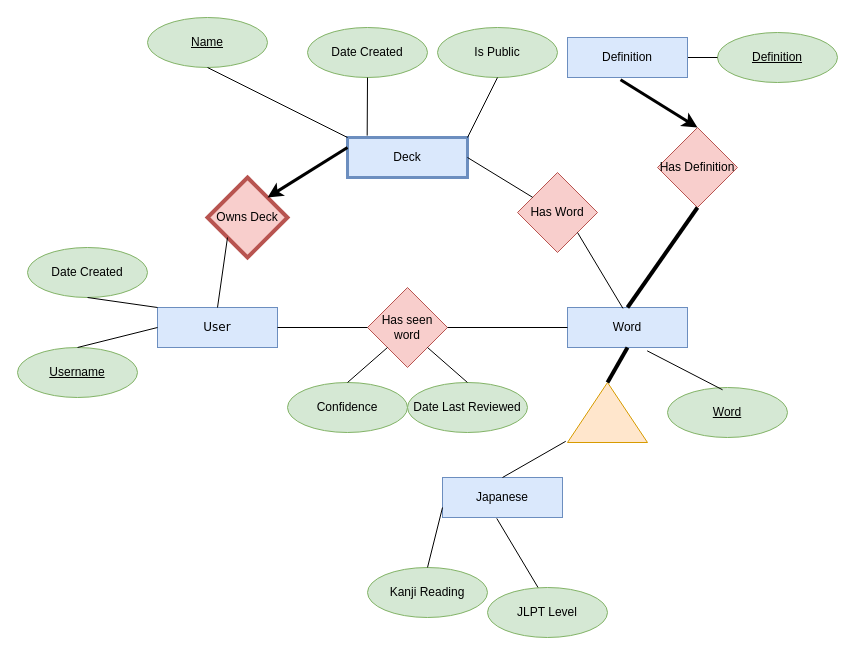
Above: FlashCardApplication.drawio in XavierGDelrosario/JapaneseStudyApplication (draw.io), before the change. Source tidied: cells renumbered, new cells numbered last; positions are measured from the earlier drawing's top-left corner, leaving out a move shared by most shapes. Both pictures are drawn from the tidied source at 100%, with x=0, y=0 at pixel (17, 17).
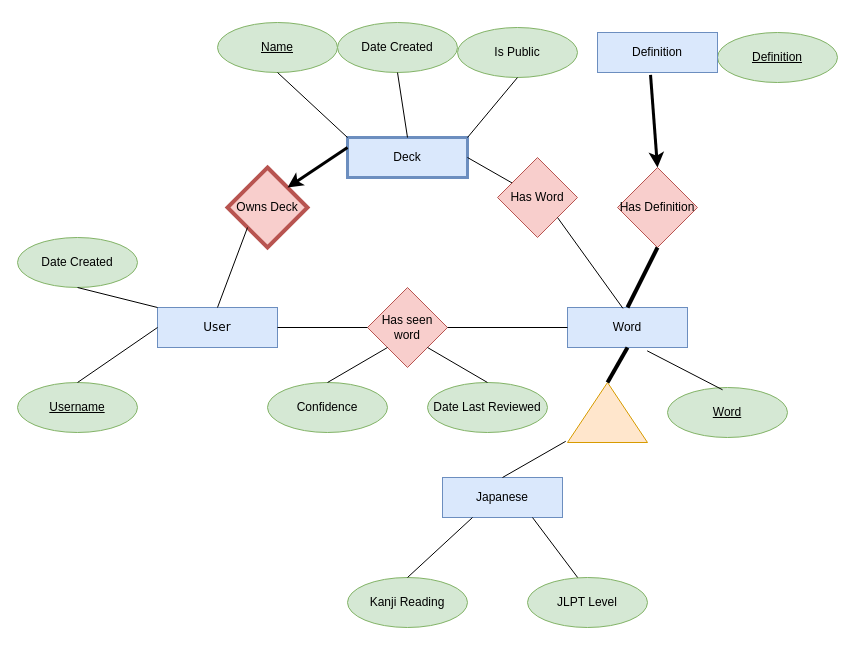
After the change.

Unchanged cells that the change refers to:
```xml
<mxCell id="4" value="Deck" style="rounded=0;whiteSpace=wrap;html=1;fillColor=#dae8fc;strokeColor=#6c8ebf;strokeWidth=3;" parent="1" vertex="1">
  <mxGeometry x="330" y="120" width="120" height="40" as="geometry" />
</mxCell>
<mxCell id="14" value="Japanese" style="rounded=0;whiteSpace=wrap;html=1;fillColor=#dae8fc;strokeColor=#6c8ebf;" parent="1" vertex="1">
  <mxGeometry x="425" y="460" width="120" height="40" as="geometry" />
</mxCell>
```

The edit, as a diff of the source:
```diff
@@
     <mxCell id="5" value="&lt;div&gt;Owns Deck&lt;/div&gt;" style="rhombus;whiteSpace=wrap;html=1;fillColor=#f8cecc;strokeColor=#b85450;strokeWidth=4;" parent="1" vertex="1">
-      <mxGeometry x="190" y="160" width="80" height="80" as="geometry" />
+      <mxGeometry x="210" y="150" width="80" height="80" as="geometry" />
     </mxCell>
     <mxCell id="6" value="Has Word" style="rhombus;whiteSpace=wrap;html=1;fillColor=#f8cecc;strokeColor=#b85450;" parent="1" vertex="1">
-      <mxGeometry x="500" y="155" width="80" height="80" as="geometry" />
+      <mxGeometry x="480" y="140" width="80" height="80" as="geometry" />
     </mxCell>
@@
     <mxCell id="10" value="&lt;div&gt;&lt;u&gt;Username&lt;/u&gt;&lt;/div&gt;" style="ellipse;whiteSpace=wrap;html=1;fillColor=#d5e8d4;strokeColor=#82b366;" parent="1" vertex="1">
-      <mxGeometry y="330" width="120" height="50" as="geometry" />
+      <mxGeometry y="365" width="120" height="50" as="geometry" />
     </mxCell>
@@
     <mxCell id="19" value="&lt;u&gt;Name&lt;/u&gt;" style="ellipse;whiteSpace=wrap;html=1;fillColor=#d5e8d4;strokeColor=#82b366;" parent="1" vertex="1">
-      <mxGeometry x="130" width="120" height="50" as="geometry" />
+      <mxGeometry x="200" y="5" width="120" height="50" as="geometry" />
     </mxCell>
@@
     <mxCell id="21" value="&lt;div&gt;Date Created&lt;br&gt;&lt;/div&gt;" style="ellipse;whiteSpace=wrap;html=1;fillColor=#d5e8d4;strokeColor=#82b366;" parent="1" vertex="1">
-      <mxGeometry x="290" y="10" width="120" height="50" as="geometry" />
+      <mxGeometry x="320" y="5" width="120" height="50" as="geometry" />
     </mxCell>
-    <mxCell id="22" style="endArrow=none;html=1;rounded=0;exitX=0.164;exitY=-0.047;exitDx=0;exitDy=0;entryX=0.5;entryY=1;entryDx=0;entryDy=0;exitPerimeter=0;" parent="1" edge="1" source="4" target="21">
+    <mxCell id="22" style="endArrow=none;html=1;rounded=0;exitX=0.5;exitY=0;exitDx=0;exitDy=0;entryX=0.5;entryY=1;entryDx=0;entryDy=0;" parent="1" edge="1" source="4" target="21">
       <mxGeometry relative="1" as="geometry" />
     </mxCell>
     <mxCell id="23" value="Confidence" style="ellipse;whiteSpace=wrap;html=1;fillColor=#d5e8d4;strokeColor=#82b366;" parent="1" vertex="1">
-      <mxGeometry x="270" y="365" width="120" height="50" as="geometry" />
+      <mxGeometry x="250" y="365" width="120" height="50" as="geometry" />
     </mxCell>
@@
     <mxCell id="29" value="&lt;div&gt;Date Created&lt;br&gt;&lt;/div&gt;" style="ellipse;whiteSpace=wrap;html=1;fillColor=#d5e8d4;strokeColor=#82b366;" parent="1" vertex="1">
-      <mxGeometry x="10" y="230" width="120" height="50" as="geometry" />
+      <mxGeometry y="220" width="120" height="50" as="geometry" />
     </mxCell>
@@
     <mxCell id="31" value="Date Last Reviewed" style="ellipse;whiteSpace=wrap;html=1;fillColor=#d5e8d4;strokeColor=#82b366;" parent="1" vertex="1">
-      <mxGeometry x="390" y="365" width="120" height="50" as="geometry" />
+      <mxGeometry x="410" y="365" width="120" height="50" as="geometry" />
     </mxCell>
@@
     <mxCell id="33" value="Kanji Reading" style="ellipse;whiteSpace=wrap;html=1;fillColor=#d5e8d4;strokeColor=#82b366;" parent="1" vertex="1">
-      <mxGeometry x="350" y="550" width="120" height="50" as="geometry" />
+      <mxGeometry x="330" y="560" width="120" height="50" as="geometry" />
     </mxCell>
-    <mxCell id="34" style="endArrow=none;html=1;rounded=0;exitX=0;exitY=0.75;exitDx=0;exitDy=0;entryX=0.5;entryY=0;entryDx=0;entryDy=0;" parent="1" edge="1" source="14" target="33">
+    <mxCell id="34" style="endArrow=none;html=1;rounded=0;exitX=0.25;exitY=1;exitDx=0;exitDy=0;entryX=0.5;entryY=0;entryDx=0;entryDy=0;" parent="1" edge="1" source="14" target="33">
       <mxGeometry relative="1" as="geometry" />
     </mxCell>
-    <mxCell id="35" style="endArrow=none;html=1;rounded=0;exitX=0.452;exitY=1.022;exitDx=0;exitDy=0;entryX=0.434;entryY=0.052;entryDx=0;entryDy=0;exitPerimeter=0;entryPerimeter=0;" parent="1" edge="1" source="14" target="36">
+    <mxCell id="35" style="endArrow=none;html=1;rounded=0;exitX=0.75;exitY=1;exitDx=0;exitDy=0;entryX=0.434;entryY=0.052;entryDx=0;entryDy=0;entryPerimeter=0;" parent="1" edge="1" source="14" target="36">
       <mxGeometry relative="1" as="geometry" />
     </mxCell>
     <mxCell id="36" value="JLPT Level" style="ellipse;whiteSpace=wrap;html=1;fillColor=#d5e8d4;strokeColor=#82b366;" parent="1" vertex="1">
-      <mxGeometry x="470" y="570" width="120" height="50" as="geometry" />
+      <mxGeometry x="510" y="560" width="120" height="50" as="geometry" />
     </mxCell>
     <mxCell id="37" value="&lt;div&gt;Has Definition&lt;/div&gt;" style="rhombus;whiteSpace=wrap;html=1;fillColor=#f8cecc;strokeColor=#b85450;" parent="1" vertex="1">
-      <mxGeometry x="640" y="110" width="80" height="80" as="geometry" />
+      <mxGeometry x="600" y="150" width="80" height="80" as="geometry" />
     </mxCell>
     <mxCell id="38" value="&lt;div&gt;Definition&lt;/div&gt;" style="rounded=0;whiteSpace=wrap;html=1;fillColor=#dae8fc;strokeColor=#6c8ebf;" parent="1" vertex="1">
-      <mxGeometry x="550" y="20" width="120" height="40" as="geometry" />
+      <mxGeometry x="580" y="15" width="120" height="40" as="geometry" />
     </mxCell>
@@
     <mxCell id="42" value="&lt;div&gt;Is Public&lt;/div&gt;" style="ellipse;whiteSpace=wrap;html=1;fillColor=#d5e8d4;strokeColor=#82b366;" parent="1" vertex="1">
-      <mxGeometry x="420" y="10" width="120" height="50" as="geometry" />
+      <mxGeometry x="440" y="10" width="120" height="50" as="geometry" />
     </mxCell>
```
